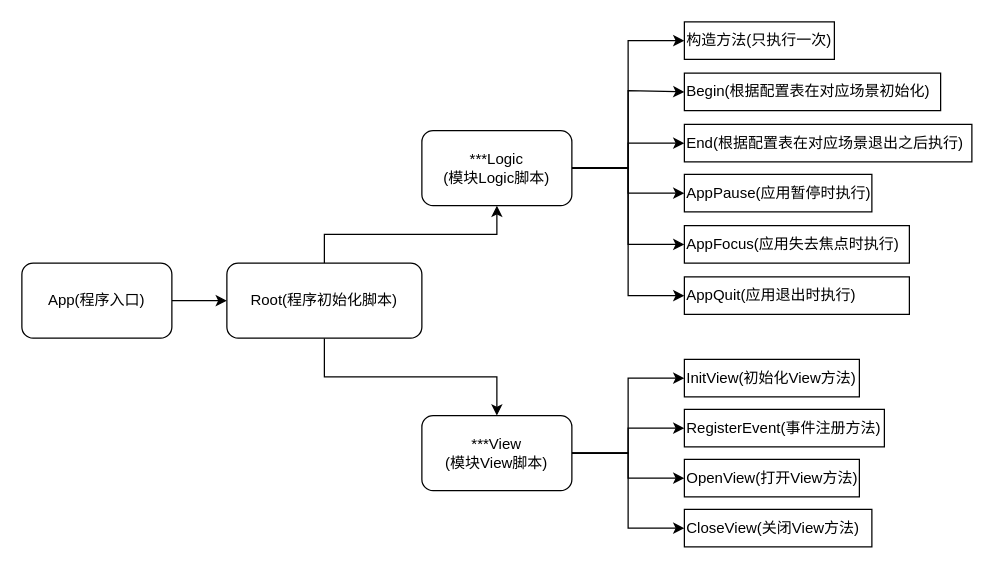
Earlier version of the draw.io diagram page "第 1 页" (1 of 2) of Files/框架设计流程图.drawio (Josh-Jun/Josh-Jun). Source tidied: cells renumbered, new cells numbered last; positions are measured from the earlier drawing's top-left corner, leaving out a move shared by most shapes. Both pictures are drawn from the tidied source at 125%, with x=0, y=0 at pixel (21, 21).
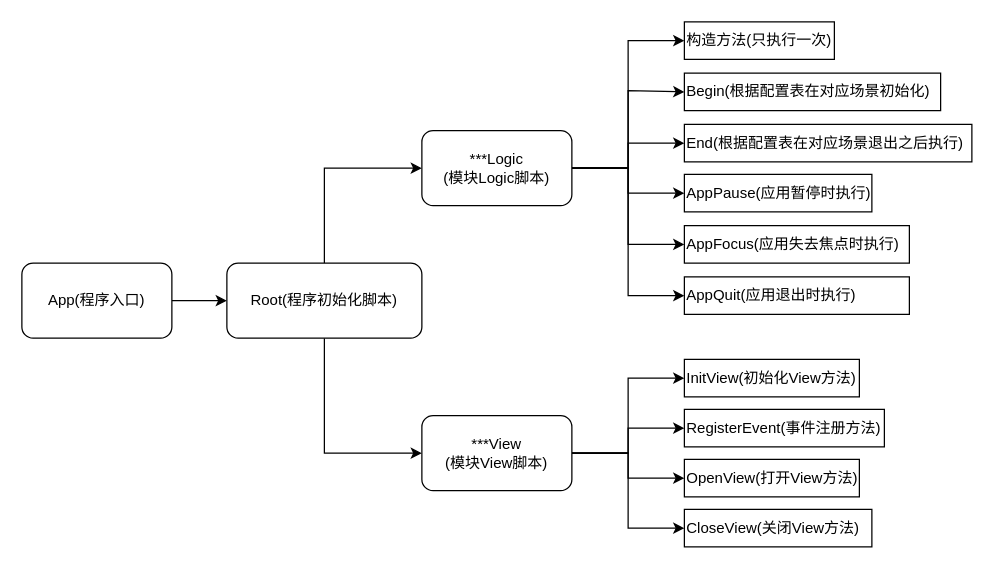
The same diagram, later.

Unchanged cells that the change refers to:
```xml
<mxCell id="6" value="Root(程序初始化脚本)" style="whiteSpace=wrap;html=1;rounded=1;" parent="1" vertex="1">
  <mxGeometry x="164" y="193" width="156" height="60" as="geometry" />
</mxCell>
<mxCell id="13" value="***Logic&lt;br&gt;(模块Logic脚本)" style="whiteSpace=wrap;html=1;rounded=1;" parent="1" vertex="1">
  <mxGeometry x="320" y="87" width="120" height="60" as="geometry" />
</mxCell>
<mxCell id="18" value="***View&lt;br&gt;(模块View脚本)" style="rounded=1;whiteSpace=wrap;html=1;" parent="1" vertex="1">
  <mxGeometry x="320" y="315" width="120" height="60" as="geometry" />
</mxCell>
```

The edit, as a diff of the source:
```diff
@@
-    <mxCell id="4" style="edgeStyle=orthogonalEdgeStyle;rounded=0;jettySize=auto;html=1;" parent="1" edge="1" source="6" target="13">
+    <mxCell id="4" style="edgeStyle=orthogonalEdgeStyle;rounded=0;jettySize=auto;html=1;entryX=0;entryY=0.5;entryDx=0;entryDy=0;" parent="1" edge="1" source="6" target="13">
       <mxGeometry relative="1" as="geometry" />
     </mxCell>
-    <mxCell id="5" style="edgeStyle=orthogonalEdgeStyle;rounded=0;jettySize=auto;html=1;" parent="1" edge="1" source="6" target="18">
+    <mxCell id="5" style="edgeStyle=orthogonalEdgeStyle;rounded=0;jettySize=auto;html=1;entryX=0;entryY=0.5;entryDx=0;entryDy=0;" parent="1" edge="1" source="6" target="18">
       <mxGeometry relative="1" as="geometry" />
     </mxCell>
```
